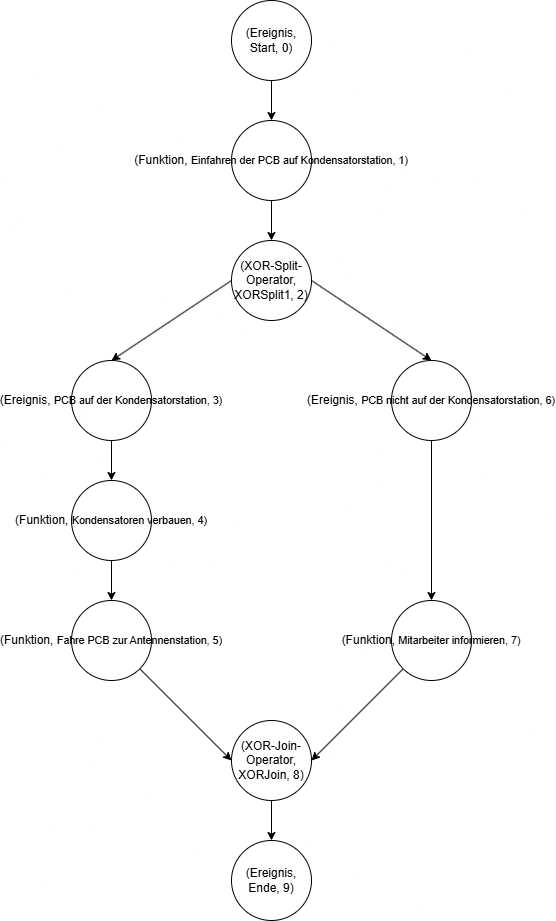
madebyams/bachelorthesis keeps this draw.io diagram as Graphics/BeispielProzessGraph.png. Above is the earlier version. Source tidied: cells renumbered, new cells last; positions are measured from the earlier drawing's top-left corner, leaving out a move shared by most shapes. The source it was exported from:
```xml
<mxGraphModel>
  <root>
    <mxCell id="0" />
    <mxCell id="1" parent="0" />
    <mxCell id="2" style="edgeStyle=orthogonalEdgeStyle;rounded=0;jettySize=auto;html=1;entryX=0.5;entryY=0;entryDx=0;entryDy=0;" parent="1" edge="1" source="3" target="5">
      <mxGeometry relative="1" as="geometry" />
    </mxCell>
    <mxCell id="3" value="(Ereignis, Start, 0)" style="ellipse;whiteSpace=wrap;html=1;" parent="1" vertex="1">
      <mxGeometry x="160" width="80" height="80" as="geometry" />
    </mxCell>
    <mxCell id="4" style="edgeStyle=orthogonalEdgeStyle;rounded=0;jettySize=auto;html=1;entryX=0.5;entryY=0;entryDx=0;entryDy=0;" parent="1" edge="1" source="5" target="8">
      <mxGeometry relative="1" as="geometry" />
    </mxCell>
    <mxCell id="5" value="(Funktion,&amp;nbsp;&lt;span style=&quot;font-family: Arial; font-size: 10.6667px; text-align: start; white-space: nowrap;&quot;&gt;Einfahren der PCB auf Kondensatorstation, 1)&lt;/span&gt;" style="ellipse;whiteSpace=wrap;html=1;" parent="1" vertex="1">
      <mxGeometry x="160" y="120" width="80" height="80" as="geometry" />
    </mxCell>
    <mxCell id="6" style="rounded=0;jettySize=auto;html=1;entryX=0.5;entryY=0;entryDx=0;entryDy=0;exitX=0;exitY=0.5;exitDx=0;exitDy=0;" parent="1" edge="1" source="8" target="10">
      <mxGeometry relative="1" as="geometry" />
    </mxCell>
    <mxCell id="7" style="rounded=0;jettySize=auto;html=1;entryX=0.5;entryY=0;entryDx=0;entryDy=0;exitX=1;exitY=0.5;exitDx=0;exitDy=0;" parent="1" edge="1" source="8" target="12">
      <mxGeometry relative="1" as="geometry" />
    </mxCell>
    <mxCell id="8" value="(XOR-Split-Operator, XORSplit1, 2)" style="ellipse;whiteSpace=wrap;html=1;" parent="1" vertex="1">
      <mxGeometry x="160" y="240" width="80" height="80" as="geometry" />
    </mxCell>
    <mxCell id="9" style="edgeStyle=orthogonalEdgeStyle;rounded=0;jettySize=auto;html=1;entryX=0.5;entryY=0;entryDx=0;entryDy=0;" parent="1" edge="1" source="10" target="14">
      <mxGeometry relative="1" as="geometry" />
    </mxCell>
    <mxCell id="10" value="(Ereignis,&amp;nbsp;&lt;span style=&quot;font-family: Arial; font-size: 10.6667px; text-align: start; white-space: nowrap;&quot;&gt;PCB auf der Kondensatorstation, 3)&lt;/span&gt;" style="ellipse;whiteSpace=wrap;html=1;" parent="1" vertex="1">
      <mxGeometry y="360" width="80" height="80" as="geometry" />
    </mxCell>
    <mxCell id="11" style="edgeStyle=orthogonalEdgeStyle;rounded=0;jettySize=auto;html=1;entryX=0.5;entryY=0;entryDx=0;entryDy=0;" parent="1" edge="1" source="12" target="18">
      <mxGeometry relative="1" as="geometry" />
    </mxCell>
    <mxCell id="12" value="(Ereignis,&amp;nbsp;&lt;span style=&quot;font-family: Arial; font-size: 10.6667px; text-align: start; white-space: nowrap;&quot;&gt;PCB nicht auf der Kondensatorstation, 6)&lt;/span&gt;" style="ellipse;whiteSpace=wrap;html=1;" parent="1" vertex="1">
      <mxGeometry x="320" y="360" width="80" height="80" as="geometry" />
    </mxCell>
    <mxCell id="13" style="edgeStyle=orthogonalEdgeStyle;rounded=0;jettySize=auto;html=1;entryX=0.5;entryY=0;entryDx=0;entryDy=0;" parent="1" edge="1" source="14" target="16">
      <mxGeometry relative="1" as="geometry" />
    </mxCell>
    <mxCell id="14" value="(Funktion,&amp;nbsp;&lt;span style=&quot;font-family: Arial; font-size: 10.6667px; text-align: start; white-space: nowrap;&quot;&gt;Kondensatoren verbauen, 4)&lt;/span&gt;" style="ellipse;whiteSpace=wrap;html=1;" parent="1" vertex="1">
      <mxGeometry y="480" width="80" height="80" as="geometry" />
    </mxCell>
    <mxCell id="15" style="rounded=0;jettySize=auto;html=1;entryX=0;entryY=0.5;entryDx=0;entryDy=0;" parent="1" edge="1" source="16" target="20">
      <mxGeometry relative="1" as="geometry" />
    </mxCell>
    <mxCell id="16" value="(Funktion,&amp;nbsp;&lt;span style=&quot;font-family: Arial; font-size: 10.6667px; text-align: start; white-space: nowrap;&quot;&gt;Fahre PCB zur Antennenstation, 5)&lt;/span&gt;" style="ellipse;whiteSpace=wrap;html=1;" parent="1" vertex="1">
      <mxGeometry y="600" width="80" height="80" as="geometry" />
    </mxCell>
    <mxCell id="17" style="rounded=0;jettySize=auto;html=1;entryX=1;entryY=0.5;entryDx=0;entryDy=0;" parent="1" edge="1" source="18" target="20">
      <mxGeometry relative="1" as="geometry" />
    </mxCell>
    <mxCell id="18" value="(Funktion,&amp;nbsp;&lt;span style=&quot;font-family: Arial; font-size: 10.6667px; text-align: start; white-space: nowrap;&quot;&gt;Mitarbeiter informieren, 7)&lt;/span&gt;" style="ellipse;whiteSpace=wrap;html=1;" parent="1" vertex="1">
      <mxGeometry x="320" y="600" width="80" height="80" as="geometry" />
    </mxCell>
    <mxCell id="19" style="edgeStyle=orthogonalEdgeStyle;rounded=0;jettySize=auto;html=1;entryX=0.5;entryY=0;entryDx=0;entryDy=0;" parent="1" edge="1" source="20" target="21">
      <mxGeometry relative="1" as="geometry" />
    </mxCell>
    <mxCell id="20" value="(XOR-Join-Operator, XORJoin, 8)" style="ellipse;whiteSpace=wrap;html=1;" parent="1" vertex="1">
      <mxGeometry x="160" y="720" width="80" height="80" as="geometry" />
    </mxCell>
    <mxCell id="21" value="(Ereignis, Ende, 9)" style="ellipse;whiteSpace=wrap;html=1;" parent="1" vertex="1">
      <mxGeometry x="160" y="840" width="80" height="80" as="geometry" />
    </mxCell>
  </root>
</mxGraphModel>
```
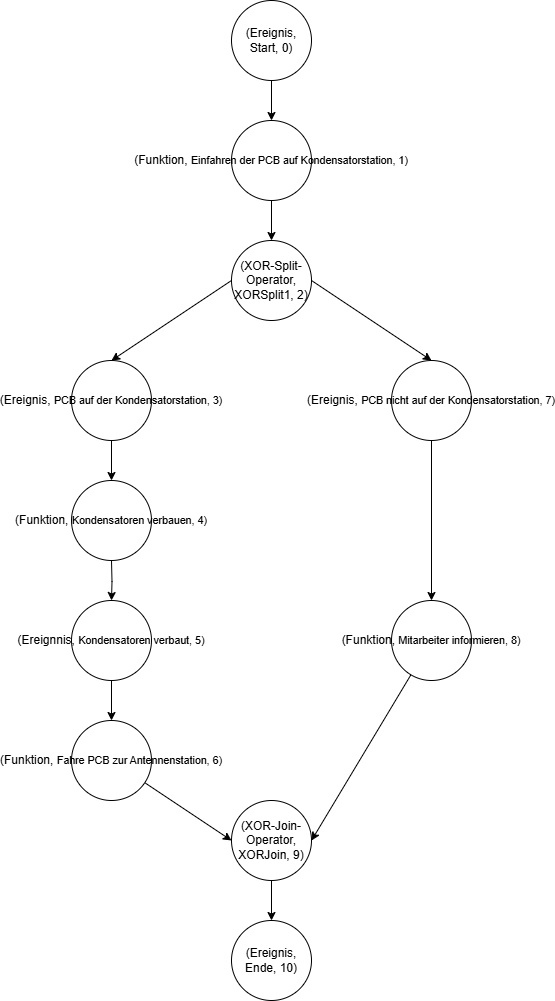
After the commit.

Change to the diagram source:
```diff
@@ -32,35 +32,43 @@
     <mxCell id="11" style="edgeStyle=orthogonalEdgeStyle;rounded=0;jettySize=auto;html=1;entryX=0.5;entryY=0;entryDx=0;entryDy=0;" parent="1" edge="1" source="12" target="18">
       <mxGeometry relative="1" as="geometry" />
     </mxCell>
-    <mxCell id="12" value="(Ereignis,&amp;nbsp;&lt;span style=&quot;font-family: Arial; font-size: 10.6667px; text-align: start; white-space: nowrap;&quot;&gt;PCB nicht auf der Kondensatorstation, 6)&lt;/span&gt;" style="ellipse;whiteSpace=wrap;html=1;" parent="1" vertex="1">
+    <mxCell id="12" value="(Ereignis,&amp;nbsp;&lt;span style=&quot;font-family: Arial; font-size: 10.6667px; text-align: start; white-space: nowrap;&quot;&gt;PCB nicht auf der Kondensatorstation, 7)&lt;/span&gt;" style="ellipse;whiteSpace=wrap;html=1;" parent="1" vertex="1">
       <mxGeometry x="320" y="360" width="80" height="80" as="geometry" />
     </mxCell>
-    <mxCell id="13" style="edgeStyle=orthogonalEdgeStyle;rounded=0;jettySize=auto;html=1;entryX=0.5;entryY=0;entryDx=0;entryDy=0;" parent="1" edge="1" source="14" target="16">
-      <mxGeometry relative="1" as="geometry" />
-    </mxCell>
     <mxCell id="14" value="(Funktion,&amp;nbsp;&lt;span style=&quot;font-family: Arial; font-size: 10.6667px; text-align: start; white-space: nowrap;&quot;&gt;Kondensatoren verbauen, 4)&lt;/span&gt;" style="ellipse;whiteSpace=wrap;html=1;" parent="1" vertex="1">
       <mxGeometry y="480" width="80" height="80" as="geometry" />
     </mxCell>
     <mxCell id="15" style="rounded=0;jettySize=auto;html=1;entryX=0;entryY=0.5;entryDx=0;entryDy=0;" parent="1" edge="1" source="16" target="20">
       <mxGeometry relative="1" as="geometry" />
     </mxCell>
-    <mxCell id="16" value="(Funktion,&amp;nbsp;&lt;span style=&quot;font-family: Arial; font-size: 10.6667px; text-align: start; white-space: nowrap;&quot;&gt;Fahre PCB zur Antennenstation, 5)&lt;/span&gt;" style="ellipse;whiteSpace=wrap;html=1;" parent="1" vertex="1">
-      <mxGeometry y="600" width="80" height="80" as="geometry" />
+    <mxCell id="16" value="(Funktion,&amp;nbsp;&lt;span style=&quot;font-family: Arial; font-size: 10.6667px; text-align: start; white-space: nowrap;&quot;&gt;Fahre PCB zur Antennenstation, 6)&lt;/span&gt;" style="ellipse;whiteSpace=wrap;html=1;" parent="1" vertex="1">
+      <mxGeometry y="720" width="80" height="80" as="geometry" />
     </mxCell>
     <mxCell id="17" style="rounded=0;jettySize=auto;html=1;entryX=1;entryY=0.5;entryDx=0;entryDy=0;" parent="1" edge="1" source="18" target="20">
       <mxGeometry relative="1" as="geometry" />
     </mxCell>
-    <mxCell id="18" value="(Funktion,&amp;nbsp;&lt;span style=&quot;font-family: Arial; font-size: 10.6667px; text-align: start; white-space: nowrap;&quot;&gt;Mitarbeiter informieren, 7)&lt;/span&gt;" style="ellipse;whiteSpace=wrap;html=1;" parent="1" vertex="1">
+    <mxCell id="18" value="(Funktion,&amp;nbsp;&lt;span style=&quot;font-family: Arial; font-size: 10.6667px; text-align: start; white-space: nowrap;&quot;&gt;Mitarbeiter informieren, 8)&lt;/span&gt;" style="ellipse;whiteSpace=wrap;html=1;" parent="1" vertex="1">
       <mxGeometry x="320" y="600" width="80" height="80" as="geometry" />
     </mxCell>
     <mxCell id="19" style="edgeStyle=orthogonalEdgeStyle;rounded=0;jettySize=auto;html=1;entryX=0.5;entryY=0;entryDx=0;entryDy=0;" parent="1" edge="1" source="20" target="21">
       <mxGeometry relative="1" as="geometry" />
     </mxCell>
-    <mxCell id="20" value="(XOR-Join-Operator, XORJoin, 8)" style="ellipse;whiteSpace=wrap;html=1;" parent="1" vertex="1">
-      <mxGeometry x="160" y="720" width="80" height="80" as="geometry" />
+    <mxCell id="20" value="(XOR-Join-Operator, XORJoin, 9)" style="ellipse;whiteSpace=wrap;html=1;" parent="1" vertex="1">
+      <mxGeometry x="160" y="800" width="80" height="80" as="geometry" />
     </mxCell>
-    <mxCell id="21" value="(Ereignis, Ende, 9)" style="ellipse;whiteSpace=wrap;html=1;" parent="1" vertex="1">
-      <mxGeometry x="160" y="840" width="80" height="80" as="geometry" />
+    <mxCell id="21" value="(Ereignis, Ende, 10)" style="ellipse;whiteSpace=wrap;html=1;" parent="1" vertex="1">
+      <mxGeometry x="160" y="920" width="80" height="80" as="geometry" />
     </mxCell>
+    <mxCell id="22" style="edgeStyle=orthogonalEdgeStyle;rounded=0;jettySize=auto;html=1;entryX=0.5;entryY=0;entryDx=0;entryDy=0;" parent="1" edge="1" target="24">
+      <mxGeometry relative="1" as="geometry">
+        <mxPoint x="40" y="560" as="sourcePoint" />
+      </mxGeometry>
+    </mxCell>
+    <mxCell id="23" style="edgeStyle=none;html=1;entryX=0.5;entryY=0;entryDx=0;entryDy=0;" parent="1" edge="1" source="24" target="16">
+      <mxGeometry relative="1" as="geometry" />
+    </mxCell>
+    <mxCell id="24" value="(Ereignnis,&amp;nbsp;&lt;span style=&quot;font-family: Arial; font-size: 10.6667px; text-align: start; white-space: nowrap;&quot;&gt;Kondensatoren verbaut, 5)&lt;/span&gt;" style="ellipse;whiteSpace=wrap;html=1;" parent="1" vertex="1">
+      <mxGeometry y="600" width="80" height="80" as="geometry" />
+    </mxCell>
   </root>
 </mxGraphModel>
```
